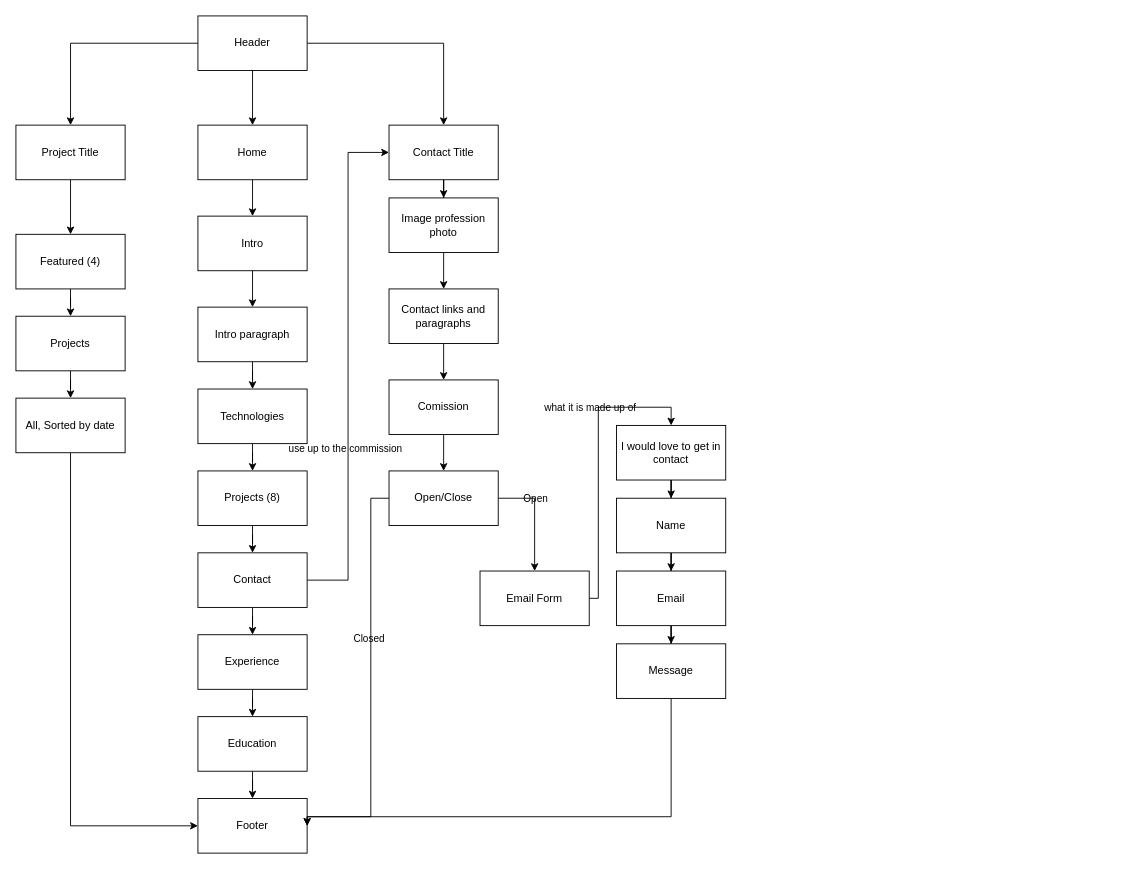
This is page "Sitemap" (1 of 2) of Design Docs.drawio from darkicewolf50/personal_site, a draw.io file, before an edit. Source tidied: cells renumbered, new cells numbered last; positions are measured from the earlier drawing's top-left corner, leaving out a move shared by most shapes. Both pictures are drawn from the tidied source at 91%, with x=0, y=0 at pixel (15, 15).
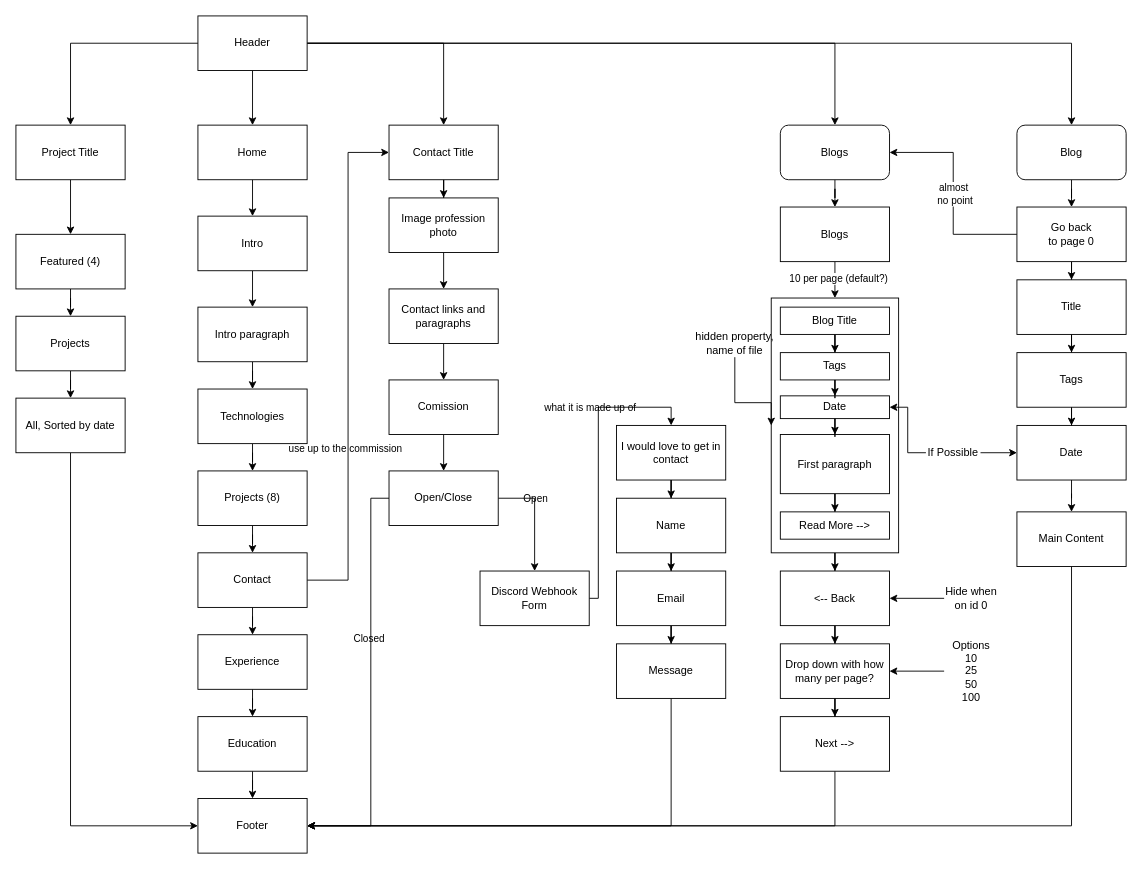
After the change.

The change refers to these unchanged cells:
```xml
<mxCell id="5" value="Header" style="rounded=0;whiteSpace=wrap;html=1;strokeColor=#000000;fontColor=default;fillColor=#FFFFFF;" parent="1" vertex="1">
  <mxGeometry x="200" width="120" height="60" as="geometry" />
</mxCell>
<mxCell id="20" value="Footer" style="rounded=0;whiteSpace=wrap;html=1;strokeColor=#000000;fontColor=default;fillColor=#FFFFFF;" parent="1" vertex="1">
  <mxGeometry x="200" y="860" width="120" height="60" as="geometry" />
</mxCell>
<mxCell id="41" value="Open/Close" style="rounded=0;whiteSpace=wrap;html=1;strokeColor=#000000;fontColor=default;fillColor=#FFFFFF;" parent="1" vertex="1">
  <mxGeometry x="410" y="500" width="120" height="60" as="geometry" />
</mxCell>
<mxCell id="48" value="Message" style="rounded=0;whiteSpace=wrap;html=1;strokeColor=#000000;fontColor=default;fillColor=#FFFFFF;" parent="1" vertex="1">
  <mxGeometry x="660" y="690" width="120" height="60" as="geometry" />
</mxCell>
```

Change to the diagram source:
```diff
@@
+    <mxCell id="57" style="edgeStyle=orthogonalEdgeStyle;rounded=0;jettySize=auto;html=1;" parent="1" edge="1" source="58" target="77">
+      <mxGeometry relative="1" as="geometry" />
+    </mxCell>
+    <mxCell id="58" style="rounded=0;whiteSpace=wrap;html=1;" parent="1" vertex="1">
+      <mxGeometry x="830" y="310" width="140" height="280" as="geometry" />
+    </mxCell>
@@
+    <mxCell id="59" style="edgeStyle=orthogonalEdgeStyle;rounded=0;jettySize=auto;html=1;entryX=0.5;entryY=0;entryDx=0;entryDy=0;" parent="1" edge="1" source="5" target="62">
+      <mxGeometry relative="1" as="geometry" />
+    </mxCell>
+    <mxCell id="60" style="edgeStyle=orthogonalEdgeStyle;rounded=0;jettySize=auto;html=1;" parent="1" edge="1" source="5" target="64">
+      <mxGeometry relative="1" as="geometry" />
+    </mxCell>
@@
     <mxCell id="37" style="edgeStyle=orthogonalEdgeStyle;rounded=0;jettySize=auto;html=1;entryX=1;entryY=0.5;entryDx=0;entryDy=0;strokeColor=#000000;fillColor=#FFFFFF;" parent="1" edge="1" source="41" target="20">
       <mxGeometry relative="1" as="geometry">
         <Array as="points">
           <mxPoint x="390" y="530" />
-          <mxPoint x="390" y="880" />
-          <mxPoint x="320" y="880" />
+          <mxPoint x="390" y="890" />
         </Array>
       </mxGeometry>
     </mxCell>
@@
-    <mxCell id="44" value="Email Form" style="rounded=0;whiteSpace=wrap;html=1;strokeColor=#000000;fontColor=default;fillColor=#FFFFFF;" parent="1" vertex="1">
+    <mxCell id="44" value="Discord Webhook Form" style="rounded=0;whiteSpace=wrap;html=1;strokeColor=#000000;fontColor=default;fillColor=#FFFFFF;" parent="1" vertex="1">
       <mxGeometry x="510" y="610" width="120" height="60" as="geometry" />
     </mxCell>
@@
     <mxCell id="47" style="edgeStyle=orthogonalEdgeStyle;rounded=0;jettySize=auto;html=1;entryX=1;entryY=0.5;entryDx=0;entryDy=0;strokeColor=#000000;fillColor=#FFFFFF;" parent="1" edge="1" source="48" target="20">
       <mxGeometry relative="1" as="geometry">
         <Array as="points">
-          <mxPoint x="720" y="880" />
-          <mxPoint x="320" y="880" />
+          <mxPoint x="720" y="890" />
         </Array>
       </mxGeometry>
     </mxCell>
@@
+    <mxCell id="61" style="edgeStyle=orthogonalEdgeStyle;rounded=0;jettySize=auto;html=1;" parent="1" edge="1" source="62" target="71">
+      <mxGeometry relative="1" as="geometry" />
+    </mxCell>
+    <mxCell id="62" value="Blogs" style="rounded=1;whiteSpace=wrap;html=1;glass=0;shadow=0;" parent="1" vertex="1">
+      <mxGeometry x="840" y="120" width="120" height="60" as="geometry" />
+    </mxCell>
+    <mxCell id="63" style="edgeStyle=orthogonalEdgeStyle;rounded=0;jettySize=auto;html=1;" parent="1" edge="1" source="64" target="68">
+      <mxGeometry relative="1" as="geometry" />
+    </mxCell>
+    <mxCell id="64" value="Blog" style="rounded=1;whiteSpace=wrap;html=1;" parent="1" vertex="1">
+      <mxGeometry x="1100" y="120" width="120" height="60" as="geometry" />
+    </mxCell>
+    <mxCell id="65" style="edgeStyle=orthogonalEdgeStyle;rounded=0;jettySize=auto;html=1;entryX=1;entryY=0.5;entryDx=0;entryDy=0;" parent="1" edge="1" source="68" target="62">
+      <mxGeometry relative="1" as="geometry" />
+    </mxCell>
+    <mxCell id="66" value="almost&amp;nbsp;&lt;div&gt;no point&lt;/div&gt;" style="edgeLabel;html=1;align=center;verticalAlign=middle;" parent="65" vertex="1">
+      <mxGeometry y="-1" relative="1" as="geometry" />
+    </mxCell>
+    <mxCell id="67" style="edgeStyle=orthogonalEdgeStyle;rounded=0;jettySize=auto;html=1;" parent="1" edge="1" source="68" target="89">
+      <mxGeometry relative="1" as="geometry" />
+    </mxCell>
+    <mxCell id="68" value="Go back&lt;div&gt;to page 0&lt;/div&gt;" style="rounded=0;whiteSpace=wrap;html=1;" parent="1" vertex="1">
+      <mxGeometry x="1100" y="210" width="120" height="60" as="geometry" />
+    </mxCell>
+    <mxCell id="69" style="edgeStyle=orthogonalEdgeStyle;rounded=0;jettySize=auto;html=1;entryX=0.5;entryY=0;entryDx=0;entryDy=0;" parent="1" edge="1" source="71" target="58">
+      <mxGeometry relative="1" as="geometry" />
+    </mxCell>
+    <mxCell id="70" value="10 per page (default?)" style="edgeLabel;html=1;align=center;verticalAlign=middle;" parent="69" vertex="1">
+      <mxGeometry x="-0.08" y="3" relative="1" as="geometry" />
+    </mxCell>
+    <mxCell id="71" value="Blogs" style="rounded=0;whiteSpace=wrap;html=1;" parent="1" vertex="1">
+      <mxGeometry x="840" y="210" width="120" height="60" as="geometry" />
+    </mxCell>
+    <mxCell id="72" style="edgeStyle=orthogonalEdgeStyle;rounded=0;jettySize=auto;html=1;" parent="1" edge="1" source="73" target="103">
+      <mxGeometry relative="1" as="geometry" />
+    </mxCell>
+    <mxCell id="73" value="Blog Title" style="rounded=0;whiteSpace=wrap;html=1;" parent="1" vertex="1">
+      <mxGeometry x="840" y="320" width="120" height="30" as="geometry" />
+    </mxCell>
+    <mxCell id="74" style="edgeStyle=orthogonalEdgeStyle;rounded=0;jettySize=auto;html=1;entryX=0.5;entryY=0;entryDx=0;entryDy=0;" parent="1" edge="1" source="75" target="98">
+      <mxGeometry relative="1" as="geometry" />
+    </mxCell>
+    <mxCell id="75" value="First paragraph" style="rounded=0;whiteSpace=wrap;html=1;" parent="1" vertex="1">
+      <mxGeometry x="840" y="460" width="120" height="65" as="geometry" />
+    </mxCell>
+    <mxCell id="76" style="edgeStyle=orthogonalEdgeStyle;rounded=0;jettySize=auto;html=1;" parent="1" edge="1" source="77" target="85">
+      <mxGeometry relative="1" as="geometry" />
+    </mxCell>
+    <mxCell id="77" value="&amp;lt;-- Back" style="rounded=0;whiteSpace=wrap;html=1;" parent="1" vertex="1">
+      <mxGeometry x="840" y="610" width="120" height="60" as="geometry" />
+    </mxCell>
+    <mxCell id="78" style="edgeStyle=orthogonalEdgeStyle;rounded=0;jettySize=auto;html=1;entryX=0;entryY=0.5;entryDx=0;entryDy=0;" parent="1" edge="1" source="79" target="58">
+      <mxGeometry relative="1" as="geometry">
+        <Array as="points">
+          <mxPoint x="790" y="425" />
+        </Array>
+      </mxGeometry>
+    </mxCell>
+    <mxCell id="79" value="hidden property,&lt;div&gt;name of file&lt;/div&gt;" style="text;html=1;align=center;verticalAlign=middle;whiteSpace=wrap;rounded=0;" parent="1" vertex="1">
+      <mxGeometry x="740" y="345" width="100" height="30" as="geometry" />
+    </mxCell>
+    <mxCell id="80" style="edgeStyle=orthogonalEdgeStyle;rounded=0;jettySize=auto;html=1;entryX=1;entryY=0.5;entryDx=0;entryDy=0;" parent="1" edge="1" source="81" target="20">
+      <mxGeometry relative="1" as="geometry">
+        <Array as="points">
+          <mxPoint x="900" y="890" />
+        </Array>
+      </mxGeometry>
+    </mxCell>
+    <mxCell id="81" value="Next --&amp;gt;" style="rounded=0;whiteSpace=wrap;html=1;" parent="1" vertex="1">
+      <mxGeometry x="840" y="770" width="120" height="60" as="geometry" />
+    </mxCell>
+    <mxCell id="82" style="edgeStyle=orthogonalEdgeStyle;rounded=0;jettySize=auto;html=1;entryX=1;entryY=0.5;entryDx=0;entryDy=0;" parent="1" edge="1" source="83" target="77">
+      <mxGeometry relative="1" as="geometry" />
+    </mxCell>
+    <mxCell id="83" value="Hide when on id 0" style="text;html=1;align=center;verticalAlign=middle;whiteSpace=wrap;rounded=0;" parent="1" vertex="1">
+      <mxGeometry x="1020" y="625" width="60" height="30" as="geometry" />
+    </mxCell>
+    <mxCell id="84" style="edgeStyle=orthogonalEdgeStyle;rounded=0;jettySize=auto;html=1;" parent="1" edge="1" source="85" target="81">
+      <mxGeometry relative="1" as="geometry" />
+    </mxCell>
+    <mxCell id="85" value="Drop down with how many per page?" style="rounded=0;whiteSpace=wrap;html=1;" parent="1" vertex="1">
+      <mxGeometry x="840" y="690" width="120" height="60" as="geometry" />
+    </mxCell>
+    <mxCell id="86" style="edgeStyle=orthogonalEdgeStyle;rounded=0;jettySize=auto;html=1;entryX=1;entryY=0.5;entryDx=0;entryDy=0;" parent="1" edge="1" source="87" target="85">
+      <mxGeometry relative="1" as="geometry" />
+    </mxCell>
+    <mxCell id="87" value="Options&lt;div&gt;10&lt;div&gt;25&lt;/div&gt;&lt;div&gt;50&lt;/div&gt;&lt;div&gt;100&lt;/div&gt;&lt;/div&gt;" style="text;html=1;align=center;verticalAlign=middle;whiteSpace=wrap;rounded=0;" parent="1" vertex="1">
+      <mxGeometry x="1020" y="705" width="60" height="30" as="geometry" />
+    </mxCell>
+    <mxCell id="88" style="edgeStyle=orthogonalEdgeStyle;rounded=0;jettySize=auto;html=1;" parent="1" edge="1" source="89" target="93">
+      <mxGeometry relative="1" as="geometry" />
+    </mxCell>
+    <mxCell id="89" value="Title" style="rounded=0;whiteSpace=wrap;html=1;" parent="1" vertex="1">
+      <mxGeometry x="1100" y="290" width="120" height="60" as="geometry" />
+    </mxCell>
+    <mxCell id="90" style="edgeStyle=orthogonalEdgeStyle;rounded=0;jettySize=auto;html=1;entryX=0.5;entryY=0;entryDx=0;entryDy=0;" parent="1" edge="1" source="91" target="95">
+      <mxGeometry relative="1" as="geometry" />
+    </mxCell>
+    <mxCell id="91" value="Date" style="rounded=0;whiteSpace=wrap;html=1;" parent="1" vertex="1">
+      <mxGeometry x="1100" y="450" width="120" height="60" as="geometry" />
+    </mxCell>
+    <mxCell id="92" style="edgeStyle=orthogonalEdgeStyle;rounded=0;jettySize=auto;html=1;entryX=0.5;entryY=0;entryDx=0;entryDy=0;" parent="1" edge="1" source="93" target="91">
+      <mxGeometry relative="1" as="geometry" />
+    </mxCell>
+    <mxCell id="93" value="Tags" style="rounded=0;whiteSpace=wrap;html=1;" parent="1" vertex="1">
+      <mxGeometry x="1100" y="370" width="120" height="60" as="geometry" />
+    </mxCell>
+    <mxCell id="94" style="edgeStyle=orthogonalEdgeStyle;rounded=0;jettySize=auto;html=1;entryX=1;entryY=0.5;entryDx=0;entryDy=0;" parent="1" edge="1" source="95" target="20">
+      <mxGeometry relative="1" as="geometry">
+        <Array as="points">
+          <mxPoint x="1160" y="890" />
+        </Array>
+      </mxGeometry>
+    </mxCell>
+    <mxCell id="95" value="Main Content" style="rounded=0;whiteSpace=wrap;html=1;" parent="1" vertex="1">
+      <mxGeometry x="1100" y="545" width="120" height="60" as="geometry" />
+    </mxCell>
+    <mxCell id="96" style="edgeStyle=orthogonalEdgeStyle;rounded=0;jettySize=auto;html=1;" parent="1" edge="1" source="97" target="75">
+      <mxGeometry relative="1" as="geometry" />
+    </mxCell>
+    <mxCell id="97" value="Date" style="rounded=0;whiteSpace=wrap;html=1;" parent="1" vertex="1">
+      <mxGeometry x="840" y="417.5" width="120" height="25" as="geometry" />
+    </mxCell>
+    <mxCell id="98" value="Read More --&amp;gt;" style="rounded=0;whiteSpace=wrap;html=1;" parent="1" vertex="1">
+      <mxGeometry x="840" y="545" width="120" height="30" as="geometry" />
+    </mxCell>
+    <mxCell id="99" style="edgeStyle=orthogonalEdgeStyle;rounded=0;jettySize=auto;html=1;entryX=0;entryY=0.5;entryDx=0;entryDy=0;" parent="1" edge="1" source="101" target="91">
+      <mxGeometry relative="1" as="geometry" />
+    </mxCell>
+    <mxCell id="100" style="edgeStyle=orthogonalEdgeStyle;rounded=0;jettySize=auto;html=1;entryX=1;entryY=0.5;entryDx=0;entryDy=0;" parent="1" edge="1" source="101" target="97">
+      <mxGeometry relative="1" as="geometry" />
+    </mxCell>
+    <mxCell id="101" value="If Possible" style="text;html=1;align=center;verticalAlign=middle;whiteSpace=wrap;rounded=0;" parent="1" vertex="1">
+      <mxGeometry x="1000" y="465" width="60" height="30" as="geometry" />
+    </mxCell>
+    <mxCell id="102" style="edgeStyle=orthogonalEdgeStyle;rounded=0;jettySize=auto;html=1;" parent="1" edge="1" source="103" target="97">
+      <mxGeometry relative="1" as="geometry" />
+    </mxCell>
+    <mxCell id="103" value="Tags" style="rounded=0;whiteSpace=wrap;html=1;" parent="1" vertex="1">
+      <mxGeometry x="840" y="370" width="120" height="30" as="geometry" />
+    </mxCell>
```
